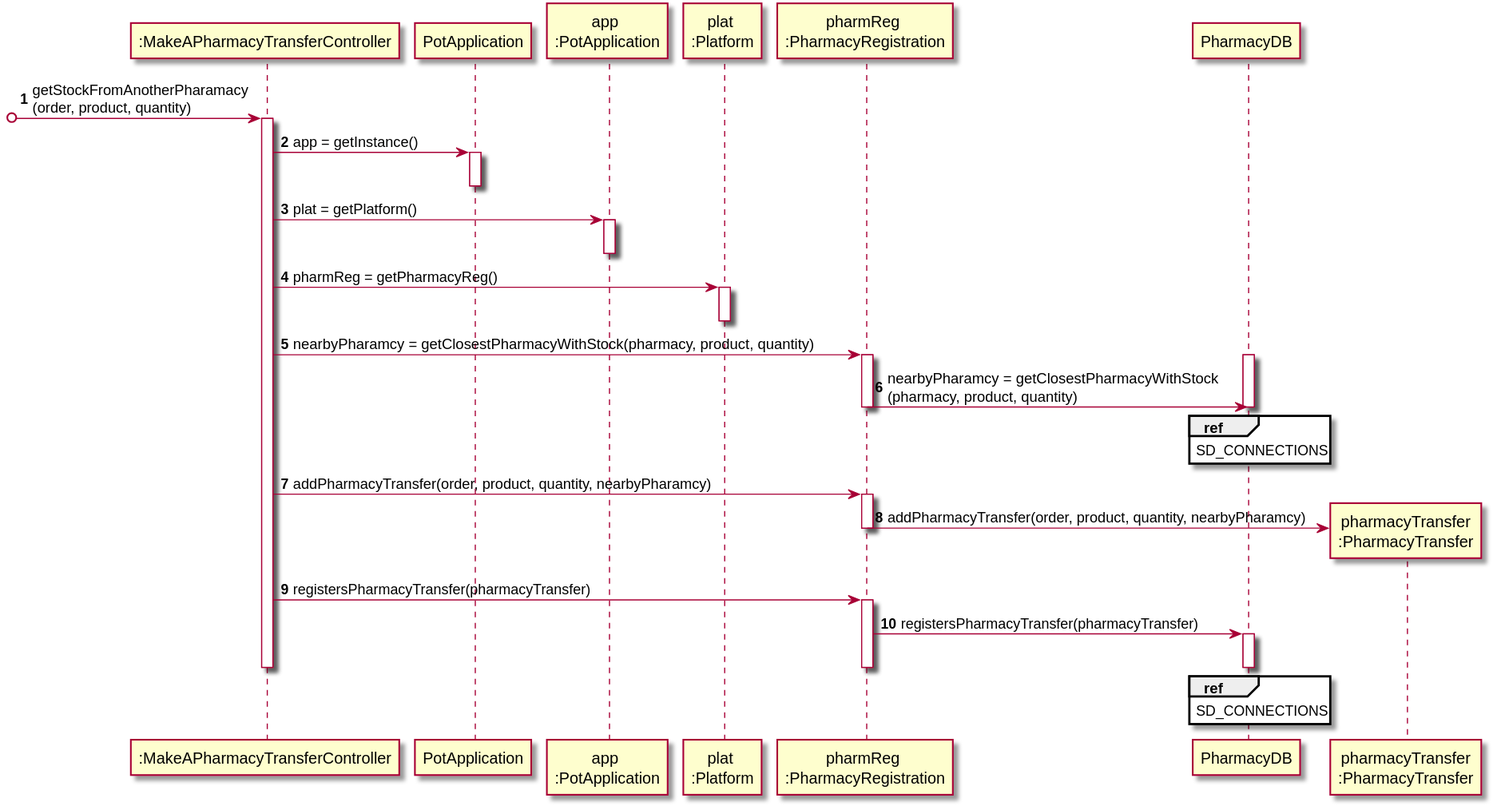
tiagoavcosta25/LAPR3 keeps this PlantUML diagram as docs/Iteration 2/Pharmacy Management/US200_MakeAPharmacyTransfer/US200_SD.svg. Above is the earlier version.
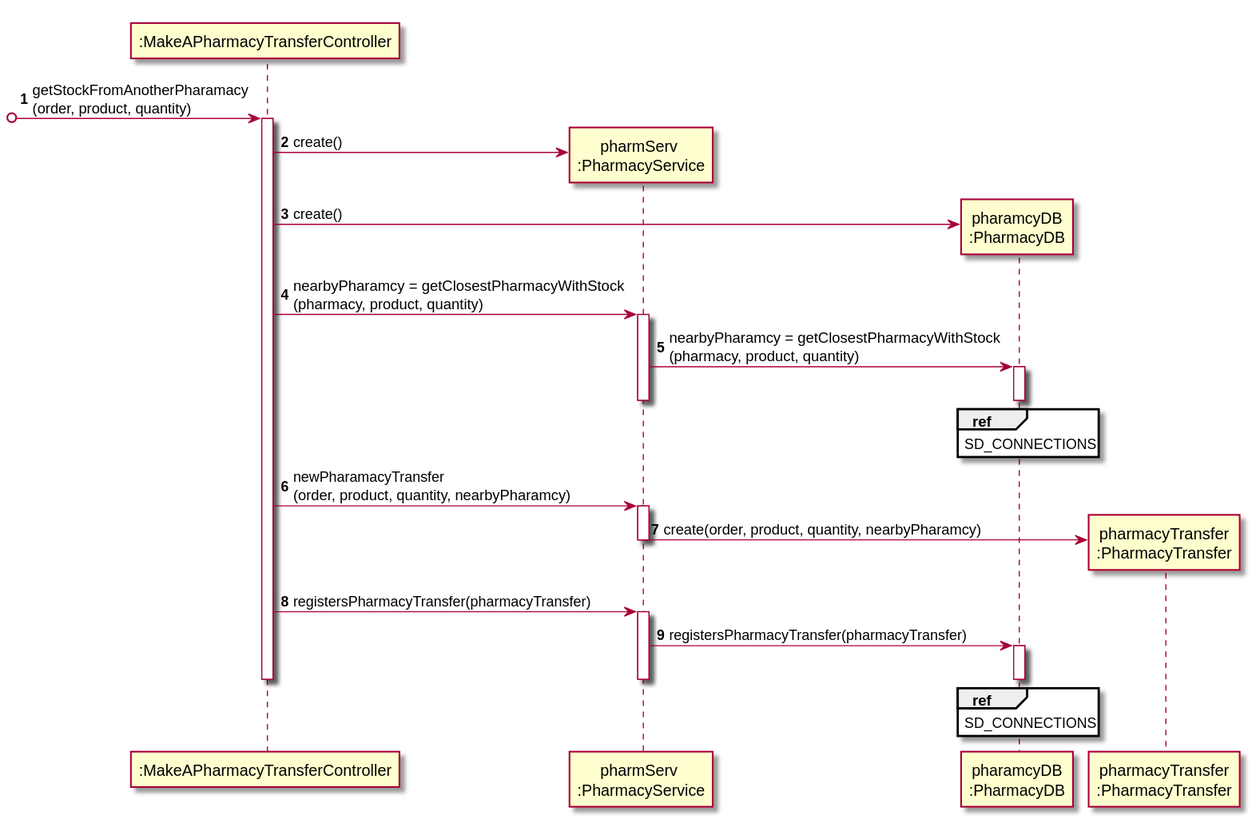
The same file after the commit.

What changed in the source:
```diff
@@ -1,49 +1,38 @@
 @startuml
 autonumber
 participant ":MakeAPharmacyTransferController" as CTRL
-participant "PotApplication" as PA
-participant "app \n:PotApplication" as APA
-participant "plat \n:Platform" as PLAT
-participant "pharmReg \n:PharmacyRegistration" as PR
-participant "PharmacyDB" as PDB
+participant "pharmServ \n:PharmacyService" as PS
+participant "pharamcyDB\n:PharmacyDB" as PDB
 participant "pharmacyTransfer\n:PharmacyTransfer" as PT
 
 [o-> CTRL : getStockFromAnotherPharamacy\n(order, product, quantity)
 activate CTRL
-CTRL -> PA : app = getInstance()
-activate PA
-deactivate PA
-CTRL -> APA : plat = getPlatform()
-activate APA
-deactivate APA
-CTRL -> PLAT : pharmReg = getPharmacyReg()
-activate PLAT
-deactivate PLAT
-CTRL -> PR : nearbyPharamcy = getClosestPharmacyWithStock(pharmacy, product, quantity)
-activate PR
-activate PDB
-PR -> PDB : nearbyPharamcy = getClosestPharmacyWithStock\n(pharmacy, product, quantity)
-ref over PDB
-SD_CONNECTIONS
-end ref
-deactivate PDB
-deactivate PR
-
-CTRL -> PR : addPharmacyTransfer(order, product, quantity, nearbyPharamcy)
-activate PR
-PR -> PT** : addPharmacyTransfer(order, product, quantity, nearbyPharamcy)
-deactivate PR
-
-CTRL -> PR : registersPharmacyTransfer(pharmacyTransfer)
-activate PR
-PR -> PDB : registersPharmacyTransfer(pharmacyTransfer)
+CTRL -> PS** : create()
+CTRL -> PDB** : create()
+CTRL -> PS : nearbyPharamcy = getClosestPharmacyWithStock\n(pharmacy, product, quantity)
+activate PS
+PS -> PDB : nearbyPharamcy = getClosestPharmacyWithStock\n(pharmacy, product, quantity)
 activate PDB
 ref over PDB
 SD_CONNECTIONS
 end ref
 deactivate PDB
-deactivate PR
-deactivate PR
+deactivate PS
+
+CTRL -> PS : newPharamacyTransfer\n(order, product, quantity, nearbyPharamcy)
+activate PS
+PS -> PT** : create(order, product, quantity, nearbyPharamcy)
+deactivate PS
+
+CTRL -> PS : registersPharmacyTransfer(pharmacyTransfer)
+activate PS
+PS -> PDB : registersPharmacyTransfer(pharmacyTransfer)
+activate PDB
+ref over PDB
+SD_CONNECTIONS
+end ref
+deactivate PDB
+deactivate PS
 deactivate CTRL
 
 @enduml
```
